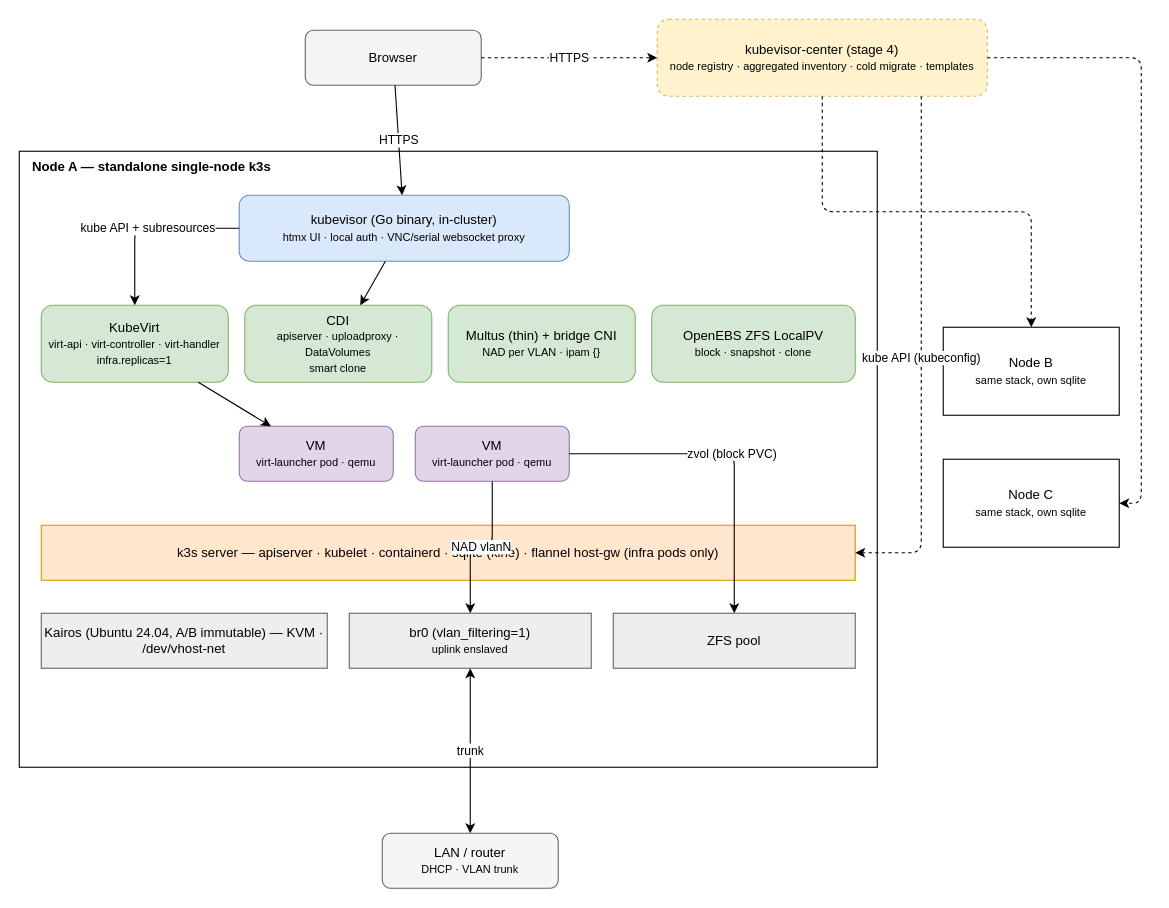
Before: docs/architecture.drawio in sindef/argus, a draw.io diagram. Source tidied: cells renumbered, new cells numbered last; positions are measured from the earlier drawing's top-left corner, leaving out a move shared by most shapes. Both pictures are drawn from the tidied source at 110%, with x=0, y=0 at pixel (19, 19).
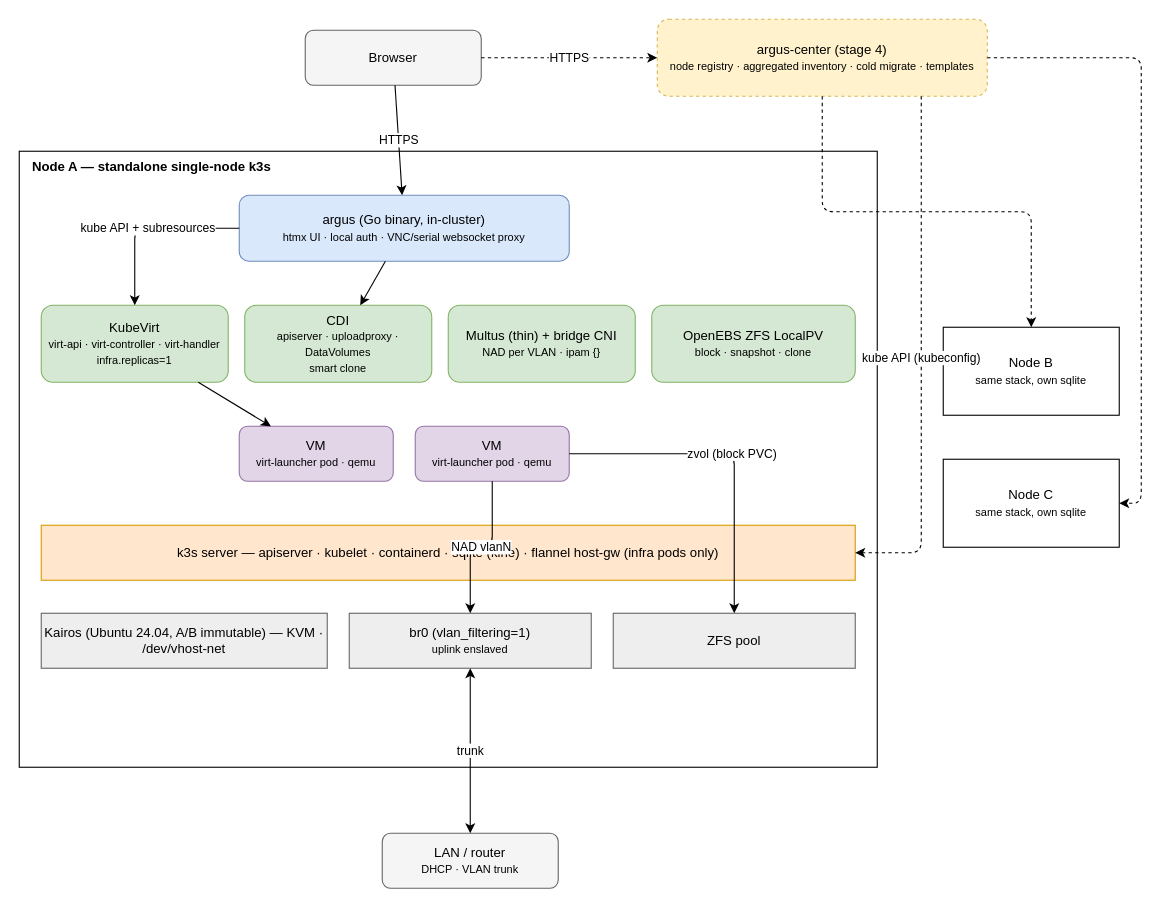
Above is the later version.

The edit, as a diff of the source:
```diff
@@
-    <mxCell id="3" value="kubevisor-center (stage 4)&lt;br&gt;&lt;font style=&quot;font-size:10px&quot;&gt;node registry · aggregated inventory · cold migrate · templates&lt;/font&gt;" style="rounded=1;whiteSpace=wrap;html=1;dashed=1;fillColor=#fff2cc;strokeColor=#d6b656;" parent="1" vertex="1">
+    <mxCell id="3" value="argus-center (stage 4)&lt;br&gt;&lt;font style=&quot;font-size:10px&quot;&gt;node registry · aggregated inventory · cold migrate · templates&lt;/font&gt;" style="rounded=1;whiteSpace=wrap;html=1;dashed=1;fillColor=#fff2cc;strokeColor=#d6b656;" parent="1" vertex="1">
       <mxGeometry x="580" width="300" height="70" as="geometry" />
     </mxCell>
@@
-    <mxCell id="5" value="kubevisor (Go binary, in-cluster)&lt;br&gt;&lt;font style=&quot;font-size:10px&quot;&gt;htmx UI · local auth · VNC/serial websocket proxy&lt;/font&gt;" style="rounded=1;whiteSpace=wrap;html=1;fillColor=#dae8fc;strokeColor=#6c8ebf;" parent="1" vertex="1">
+    <mxCell id="5" value="argus (Go binary, in-cluster)&lt;br&gt;&lt;font style=&quot;font-size:10px&quot;&gt;htmx UI · local auth · VNC/serial websocket proxy&lt;/font&gt;" style="rounded=1;whiteSpace=wrap;html=1;fillColor=#dae8fc;strokeColor=#6c8ebf;" parent="1" vertex="1">
       <mxGeometry x="200" y="160" width="300" height="60" as="geometry" />
     </mxCell>
```
